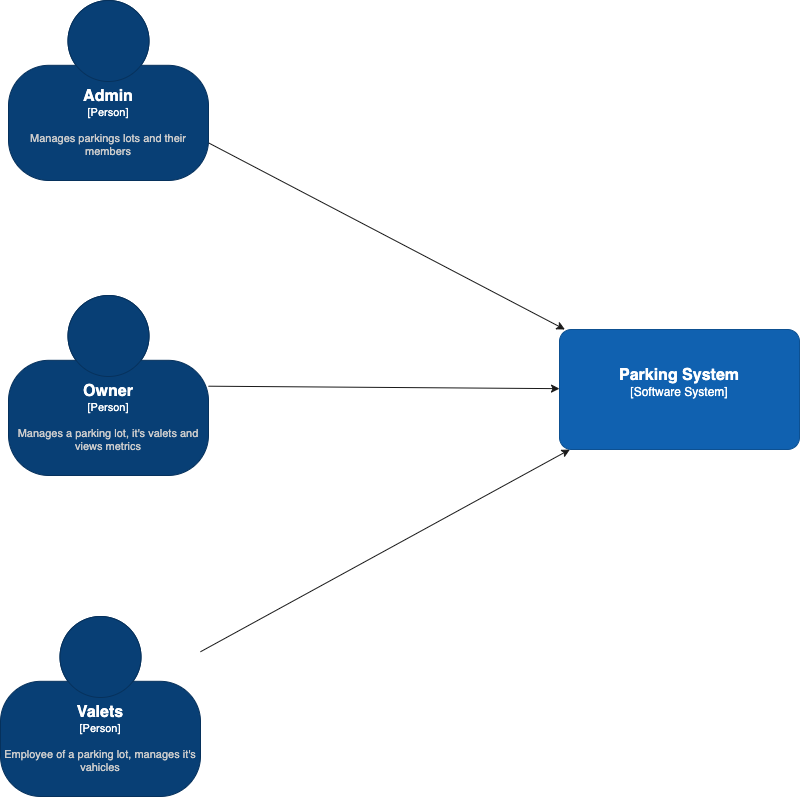
Before: docs/architecture/context.drawio.png, a diagram exported from draw.io (lucasg18c/ParkingSys). Source tidied: cells renumbered, new cells last; positions are measured from the earlier drawing's top-left corner, leaving out a move shared by most shapes.
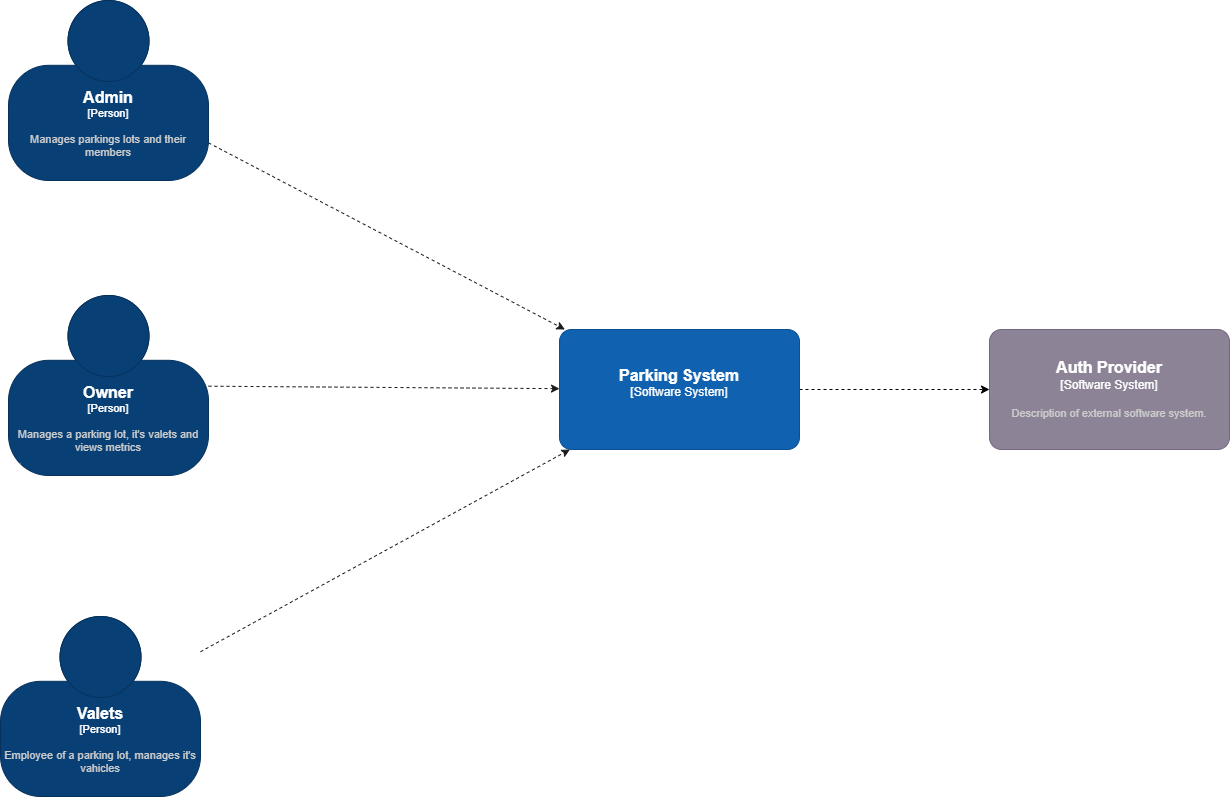
Above is the later version.

Commit message:
containers details

Diff of the diagram source:
```diff
@@ -2,7 +2,7 @@
   <root>
     <mxCell id="0" />
     <mxCell id="1" parent="0" />
-    <mxCell id="2" style="edgeStyle=none;html=1;labelBorderColor=none;strokeColor=#191919;" parent="1" edge="1" source="3" target="8">
+    <mxCell id="2" style="edgeStyle=none;html=1;labelBorderColor=none;strokeColor=#191919;dashed=1;" parent="1" edge="1" source="3" target="8">
       <mxGeometry relative="1" as="geometry" />
     </mxCell>
     <object id="3" label="&lt;font style=&quot;font-size: 16px&quot;&gt;&lt;b&gt;%c4Name%&lt;/b&gt;&lt;/font&gt;&lt;div&gt;[%c4Type%]&lt;/div&gt;&lt;br&gt;&lt;div&gt;&lt;font style=&quot;font-size: 11px&quot;&gt;&lt;font color=&quot;#cccccc&quot;&gt;%c4Description%&lt;/font&gt;&lt;/div&gt;" c4Description="Manages a parking lot, it's valets and views metrics" c4Name="Owner" c4Type="Person" placeholders="1">
@@ -10,7 +10,7 @@
         <mxGeometry x="8" y="295" width="200" height="180" as="geometry" />
       </mxCell>
     </object>
-    <mxCell id="4" style="edgeStyle=none;html=1;labelBorderColor=none;strokeColor=#191919;" parent="1" edge="1" source="5" target="8">
+    <mxCell id="4" style="edgeStyle=none;html=1;labelBorderColor=none;strokeColor=#191919;dashed=1;" parent="1" edge="1" source="5" target="8">
       <mxGeometry relative="1" as="geometry" />
     </mxCell>
     <object id="5" label="&lt;font style=&quot;font-size: 16px&quot;&gt;&lt;b&gt;%c4Name%&lt;/b&gt;&lt;/font&gt;&lt;div&gt;[%c4Type%]&lt;/div&gt;&lt;br&gt;&lt;div&gt;&lt;font style=&quot;font-size: 11px&quot;&gt;&lt;font color=&quot;#cccccc&quot;&gt;%c4Description%&lt;/font&gt;&lt;/div&gt;" c4Description="Employee of a parking lot, manages it's vahicles" c4Name="Valets" c4Type="Person" placeholders="1">
@@ -18,7 +18,7 @@
         <mxGeometry y="616" width="200" height="180" as="geometry" />
       </mxCell>
     </object>
-    <mxCell id="6" style="edgeStyle=none;html=1;labelBorderColor=none;strokeColor=#191919;" parent="1" edge="1" source="7" target="8">
+    <mxCell id="6" style="edgeStyle=none;html=1;labelBorderColor=none;strokeColor=#191919;dashed=1;" parent="1" edge="1" source="7" target="8">
       <mxGeometry relative="1" as="geometry" />
     </mxCell>
     <object id="7" label="&lt;font style=&quot;font-size: 16px&quot;&gt;&lt;b&gt;%c4Name%&lt;/b&gt;&lt;/font&gt;&lt;div&gt;[%c4Type%]&lt;/div&gt;&lt;br&gt;&lt;div&gt;&lt;font style=&quot;font-size: 11px&quot;&gt;&lt;font color=&quot;#cccccc&quot;&gt;%c4Description%&lt;/font&gt;&lt;/div&gt;" c4Description="Manages parkings lots and their members" c4Name="Admin" c4Type="Person" placeholders="1">
@@ -26,10 +26,18 @@
         <mxGeometry x="8" width="200" height="180" as="geometry" />
       </mxCell>
     </object>
+    <mxCell id="9" style="edgeStyle=none;html=1;strokeColor=#030303;dashed=1;" parent="1" edge="1" source="8" target="10">
+      <mxGeometry relative="1" as="geometry" />
+    </mxCell>
     <object id="8" label="&lt;font style=&quot;font-size: 16px&quot;&gt;&lt;b&gt;%c4Name%&lt;/b&gt;&lt;/font&gt;&lt;div&gt;[%c4Type%]&lt;/div&gt;&lt;br&gt;&lt;div&gt;&lt;font style=&quot;font-size: 11px&quot;&gt;&lt;font color=&quot;#cccccc&quot;&gt;%c4Description%&lt;/font&gt;&lt;/div&gt;" c4Description="" c4Name="Parking System" c4Type="Software System" placeholders="1">
       <mxCell style="rounded=1;whiteSpace=wrap;html=1;labelBackgroundColor=none;fillColor=#1061B0;fontColor=#ffffff;align=center;arcSize=10;strokeColor=#0D5091;points=[[0.25,0,0],[0.5,0,0],[0.75,0,0],[1,0.25,0],[1,0.5,0],[1,0.75,0],[0.75,1,0],[0.5,1,0],[0.25,1,0],[0,0.75,0],[0,0.5,0],[0,0.25,0]];" parent="1" vertex="1">
         <mxGeometry x="559" y="329" width="240" height="120" as="geometry" />
       </mxCell>
     </object>
+    <object id="10" label="&lt;font style=&quot;font-size: 16px&quot;&gt;&lt;b&gt;%c4Name%&lt;/b&gt;&lt;/font&gt;&lt;div&gt;[%c4Type%]&lt;/div&gt;&lt;br&gt;&lt;div&gt;&lt;font style=&quot;font-size: 11px&quot;&gt;&lt;font color=&quot;#cccccc&quot;&gt;%c4Description%&lt;/font&gt;&lt;/div&gt;" c4Description="Description of external software system." c4Name="Auth Provider" c4Type="Software System" placeholders="1">
+      <mxCell style="rounded=1;whiteSpace=wrap;html=1;labelBackgroundColor=none;fillColor=#8C8496;fontColor=#ffffff;align=center;arcSize=10;strokeColor=#736782;points=[[0.25,0,0],[0.5,0,0],[0.75,0,0],[1,0.25,0],[1,0.5,0],[1,0.75,0],[0.75,1,0],[0.5,1,0],[0.25,1,0],[0,0.75,0],[0,0.5,0],[0,0.25,0]];" parent="1" vertex="1">
+        <mxGeometry x="989" y="329" width="240" height="120" as="geometry" />
+      </mxCell>
+    </object>
   </root>
 </mxGraphModel>
```
